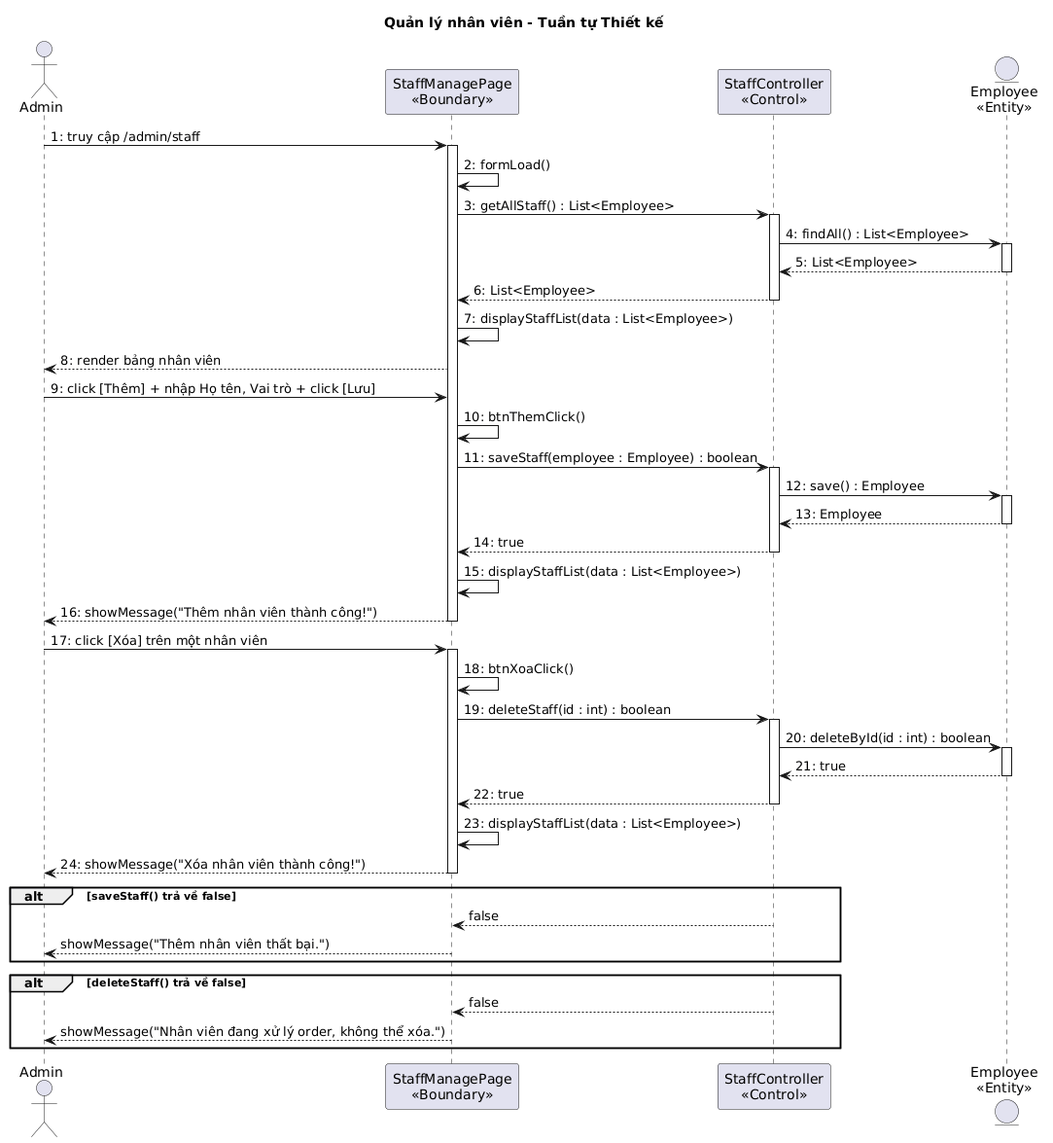
This is output/diagrams/account_seq_staff.png from thanhtrnnn/cnpm, a PlantUML export, as it was before one commit.
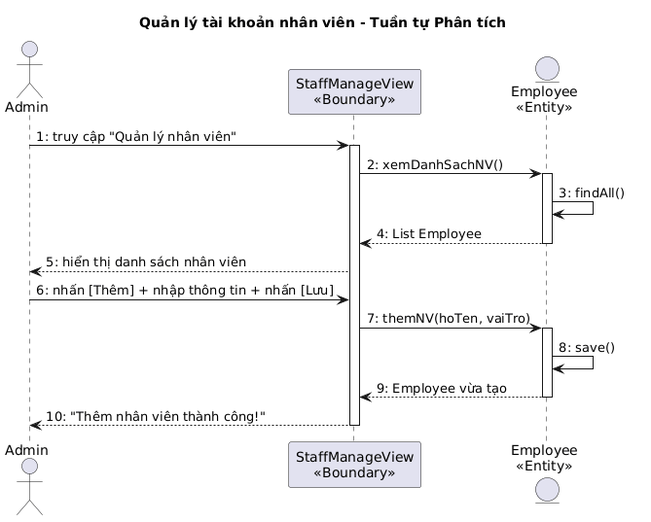
After the change.

What changed in the source:
```diff
@@ -1,61 +1,25 @@
 @startuml
-title Quản lý nhân viên - Tuần tự Thiết kế
+title Quản lý tài khoản nhân viên - Tuần tự Phân tích
 
 actor "Admin" as Admin
-participant "StaffManagePage\n<<Boundary>>" as B1
-participant "StaffController\n<<Control>>" as C1
+participant "StaffManageView\n<<Boundary>>" as B1
 entity "Employee\n<<Entity>>" as E1
 
-Admin -> B1 : 1: truy cập /admin/staff
+Admin -> B1 : 1: truy cập "Quản lý nhân viên"
 activate B1
-B1 -> B1 : 2: formLoad()
-B1 -> C1 : 3: getAllStaff() : List<Employee>
-activate C1
-C1 -> E1 : 4: findAll() : List<Employee>
+B1 -> E1 : 2: xemDanhSachNV()
 activate E1
-E1 --> C1 : 5: List<Employee>
+E1 -> E1 : 3: findAll()
+E1 --> B1 : 4: List Employee
 deactivate E1
-C1 --> B1 : 6: List<Employee>
-deactivate C1
-B1 -> B1 : 7: displayStaffList(data : List<Employee>)
-B1 --> Admin : 8: render bảng nhân viên
+B1 --> Admin : 5: hiển thị danh sách nhân viên
 
-Admin -> B1 : 9: click [Thêm] + nhập Họ tên, Vai trò + click [Lưu]
-B1 -> B1 : 10: btnThemClick()
-B1 -> C1 : 11: saveStaff(employee : Employee) : boolean
-activate C1
-C1 -> E1 : 12: save() : Employee
+Admin -> B1 : 6: nhấn [Thêm] + nhập thông tin + nhấn [Lưu]
+B1 -> E1 : 7: themNV(hoTen, vaiTro)
 activate E1
-E1 --> C1 : 13: Employee
+E1 -> E1 : 8: save()
+E1 --> B1 : 9: Employee vừa tạo
 deactivate E1
-C1 --> B1 : 14: true
-deactivate C1
-B1 -> B1 : 15: displayStaffList(data : List<Employee>)
-B1 --> Admin : 16: showMessage("Thêm nhân viên thành công!")
+B1 --> Admin : 10: "Thêm nhân viên thành công!"
 deactivate B1
-
-Admin -> B1 : 17: click [Xóa] trên một nhân viên
-activate B1
-B1 -> B1 : 18: btnXoaClick()
-B1 -> C1 : 19: deleteStaff(id : int) : boolean
-activate C1
-C1 -> E1 : 20: deleteById(id : int) : boolean
-activate E1
-E1 --> C1 : 21: true
-deactivate E1
-C1 --> B1 : 22: true
-deactivate C1
-B1 -> B1 : 23: displayStaffList(data : List<Employee>)
-B1 --> Admin : 24: showMessage("Xóa nhân viên thành công!")
-deactivate B1
-
-alt saveStaff() trả về false
-  C1 --> B1 : false
-  B1 --> Admin : showMessage("Thêm nhân viên thất bại.")
-end
-
-alt deleteStaff() trả về false
-  C1 --> B1 : false
-  B1 --> Admin : showMessage("Nhân viên đang xử lý order, không thể xóa.")
-end
 @enduml
```
